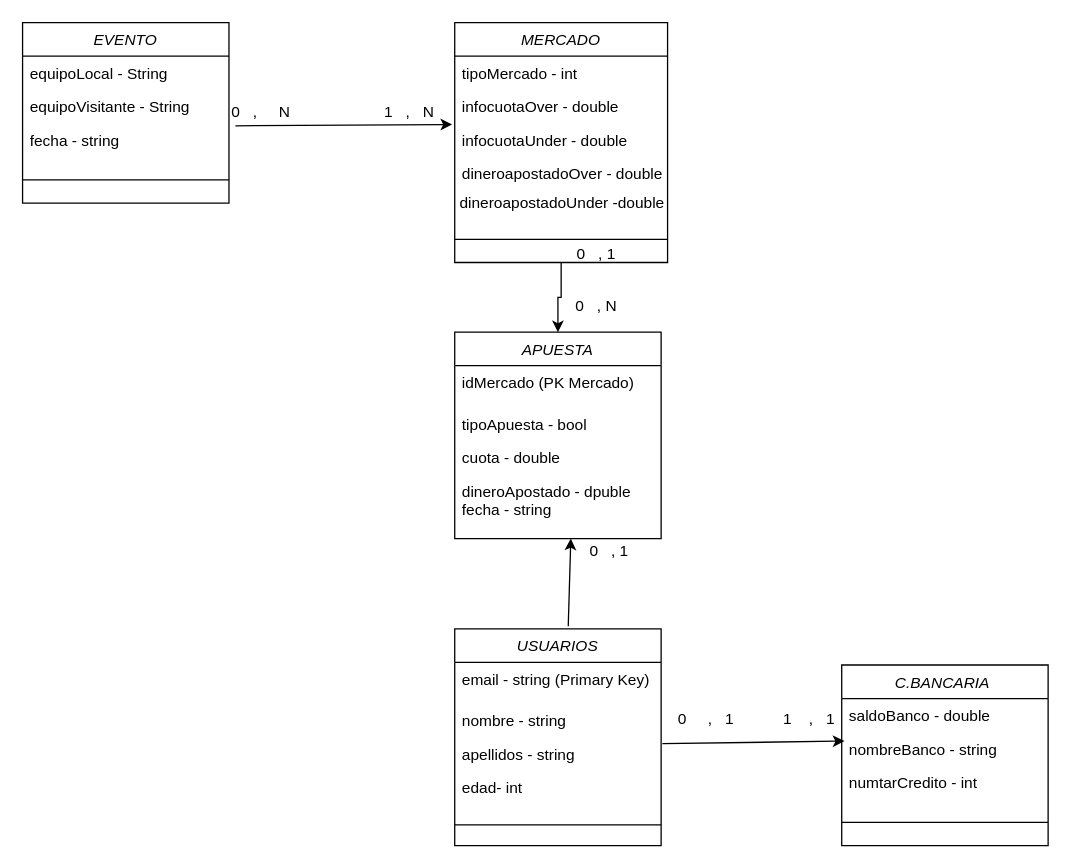
The draw.io diagram Diseño Relacional/PlaceMyBet.drawio in jose5598vlc/PlaceMyBet2, before the edit. Source tidied: cells renumbered, new cells numbered last; positions are measured from the earlier drawing's top-left corner, leaving out a move shared by most shapes. Both pictures are drawn from the tidied source at 129%, with x=0, y=0 at pixel (22, 22).
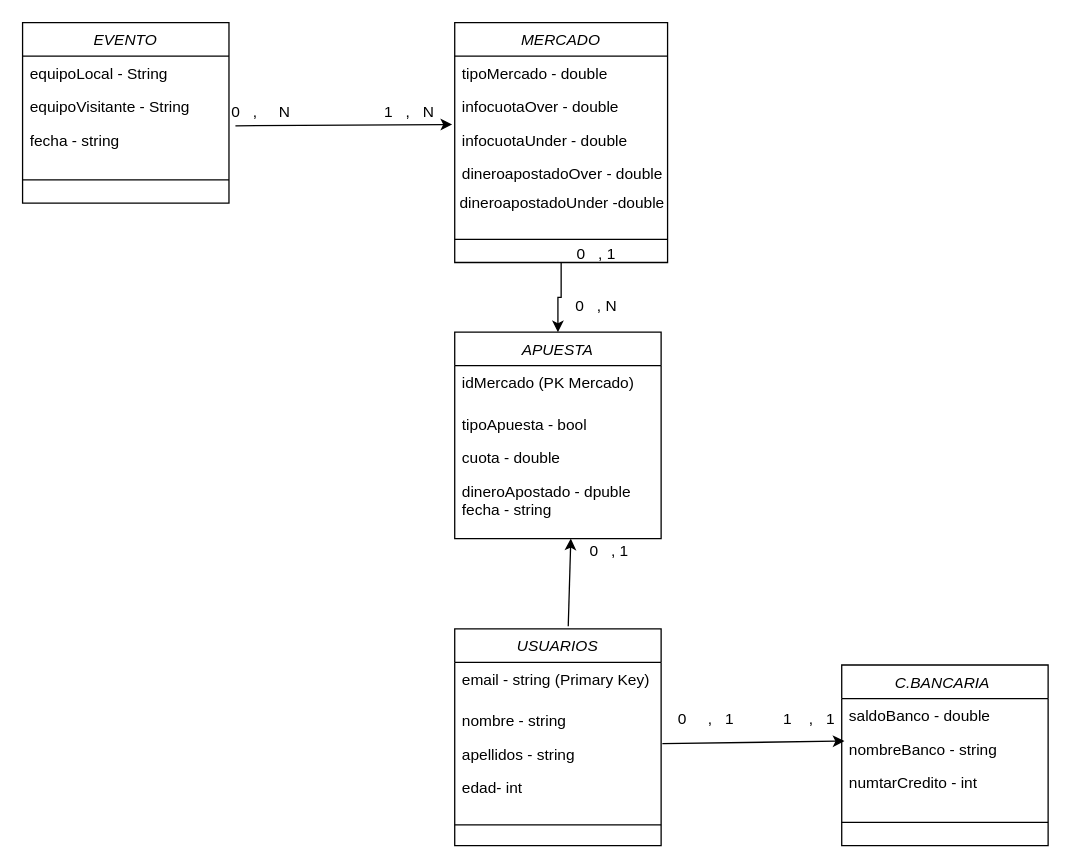
Above is the later version.

The change refers to these unchanged cells:
```xml
<mxCell id="14" value="MERCADO" style="swimlane;fontStyle=2;align=center;verticalAlign=top;horizontal=1;startSize=26;rounded=0;shadow=0;strokeWidth=1;" parent="1" vertex="1">
  <mxGeometry x="335" width="165" height="186" as="geometry" />
</mxCell>
```

Diff of the diagram source:
```diff
@@
-    <mxCell id="15" value="tipoMercado - int" style="text;align=left;verticalAlign=top;spacingLeft=4;spacingRight=4;overflow=hidden;" parent="14" vertex="1">
+    <mxCell id="15" value="tipoMercado - double" style="text;align=left;verticalAlign=top;spacingLeft=4;spacingRight=4;overflow=hidden;" parent="14" vertex="1">
       <mxGeometry y="26" width="165" height="26" as="geometry" />
     </mxCell>
```
